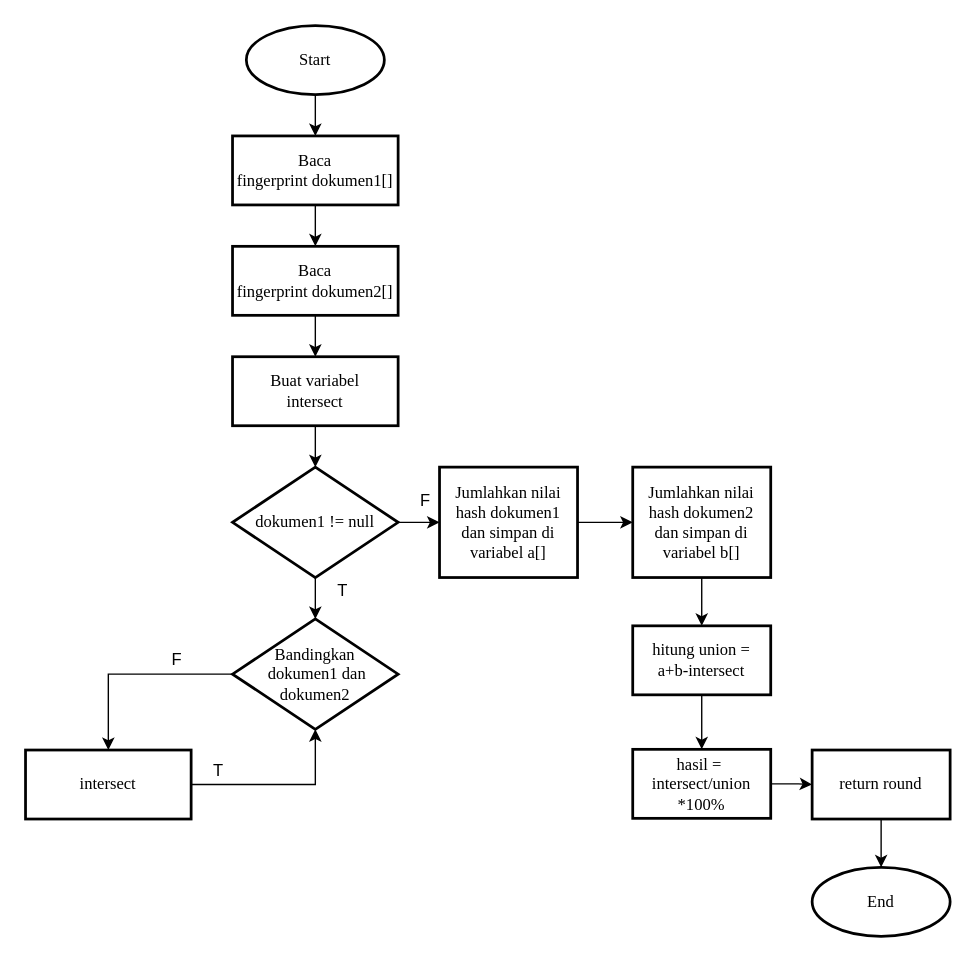
Earlier version of the draw.io diagram Paper_1711502821_Wahyu Desena/Draw.io/Flowchart/jaccardsimilarity.drawio (desenawahyu17/similarity-checker). Source tidied: cells renumbered, new cells numbered last; positions are measured from the earlier drawing's top-left corner, leaving out a move shared by most shapes. Both pictures are drawn from the tidied source at 138%, with x=0, y=0 at pixel (25, 25).
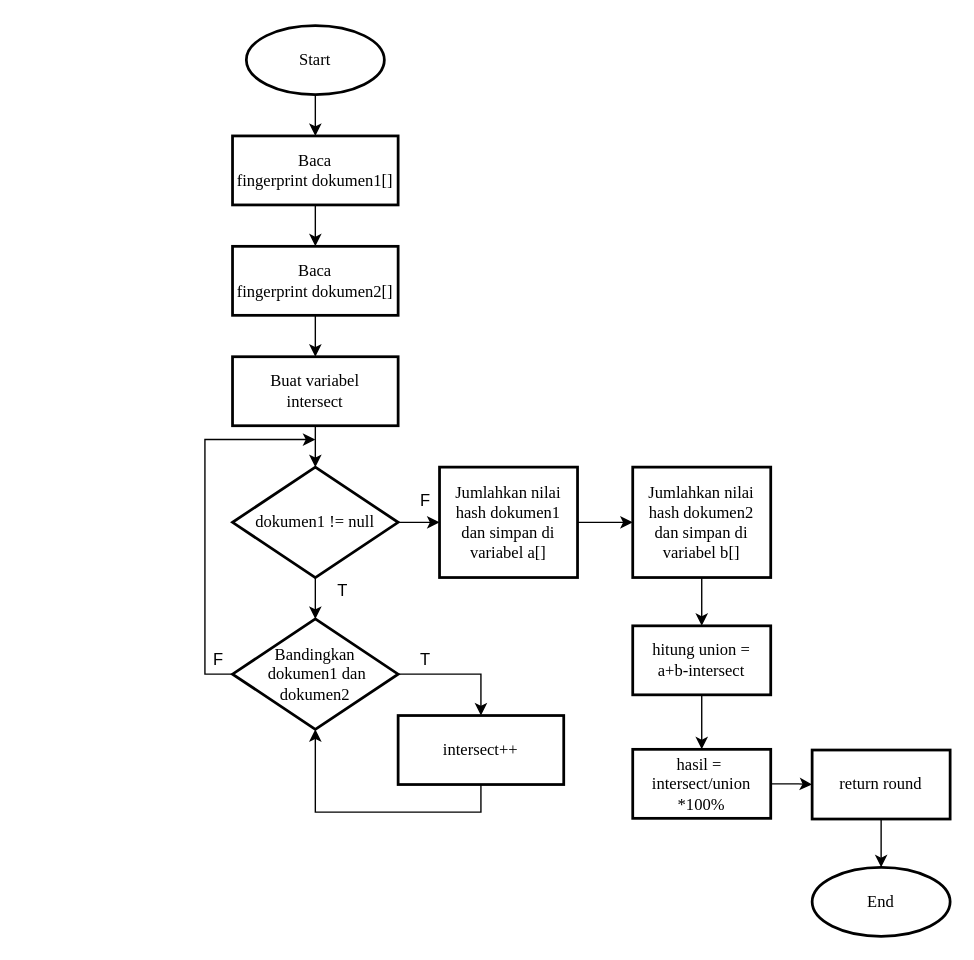
The same diagram, later.

Unchanged cells that the change refers to:
```xml
<mxCell id="15" value="&lt;span style=&quot;font-family: &amp;#34;times new roman&amp;#34;&quot;&gt;Bandingkan&lt;br&gt;&amp;nbsp;dokumen1&amp;nbsp;&lt;/span&gt;&lt;span style=&quot;font-family: &amp;#34;times new roman&amp;#34;&quot;&gt;dan&lt;/span&gt;&lt;br style=&quot;font-family: &amp;#34;times new roman&amp;#34;&quot;&gt;&lt;span style=&quot;font-family: &amp;#34;times new roman&amp;#34;&quot;&gt;dokumen2&lt;/span&gt;&lt;font face=&quot;Times New Roman&quot;&gt;&lt;br&gt;&lt;/font&gt;" style="rhombus;whiteSpace=wrap;html=1;strokeWidth=2;" parent="1" vertex="1">
  <mxGeometry x="150" y="430" width="120" height="80" as="geometry" />
</mxCell>
```

What changed in the source:
```diff
@@
     <mxCell id="14" style="edgeStyle=orthogonalEdgeStyle;rounded=0;jettySize=auto;html=1;" parent="1" edge="1" source="15" target="19">
-      <mxGeometry relative="1" as="geometry" />
+      <mxGeometry relative="1" as="geometry">
+        <Array as="points">
+          <mxPoint x="330" y="470" />
+        </Array>
+      </mxGeometry>
     </mxCell>
+    <mxCell id="32" style="edgeStyle=orthogonalEdgeStyle;rounded=0;jettySize=auto;html=1;" parent="1" edge="1" source="15">
+      <mxGeometry relative="1" as="geometry">
+        <mxPoint x="210" y="300" as="targetPoint" />
+        <Array as="points">
+          <mxPoint x="130" y="470" />
+          <mxPoint x="130" y="300" />
+          <mxPoint x="150" y="300" />
+        </Array>
+      </mxGeometry>
+    </mxCell>
@@
+    <mxCell id="21" style="edgeStyle=orthogonalEdgeStyle;rounded=0;jettySize=auto;html=1;entryX=0.5;entryY=1;entryDx=0;entryDy=0;" parent="1" edge="1" source="19" target="15">
+      <mxGeometry relative="1" as="geometry">
+        <Array as="points">
+          <mxPoint x="330" y="570" />
+          <mxPoint x="210" y="570" />
+        </Array>
+      </mxGeometry>
+    </mxCell>
-    <mxCell id="19" value="&lt;font face=&quot;Times New Roman&quot;&gt;intersect&lt;/font&gt;" style="whiteSpace=wrap;html=1;strokeWidth=2;" parent="1" vertex="1">
-      <mxGeometry y="525" width="120" height="50" as="geometry" />
+    <mxCell id="19" value="&lt;font face=&quot;Times New Roman&quot;&gt;intersect++&lt;/font&gt;" style="whiteSpace=wrap;html=1;strokeWidth=2;" parent="1" vertex="1">
+      <mxGeometry x="270" y="500" width="120" height="50" as="geometry" />
     </mxCell>
     <mxCell id="20" value="T" style="text;html=1;strokeColor=none;fillColor=none;align=center;verticalAlign=middle;whiteSpace=wrap;rounded=0;" parent="1" vertex="1">
-      <mxGeometry x="120" y="530" width="40" height="20" as="geometry" />
+      <mxGeometry x="270" y="450" width="40" height="20" as="geometry" />
     </mxCell>
-    <mxCell id="21" style="edgeStyle=orthogonalEdgeStyle;rounded=0;jettySize=auto;html=1;entryX=0.5;entryY=1;entryDx=0;entryDy=0;exitX=1;exitY=0.5;exitDx=0;exitDy=0;" parent="1" edge="1" source="19" target="15">
-      <mxGeometry relative="1" as="geometry" />
-    </mxCell>
     <mxCell id="22" value="F" style="text;html=1;strokeColor=none;fillColor=none;align=center;verticalAlign=middle;whiteSpace=wrap;rounded=0;" parent="1" vertex="1">
-      <mxGeometry x="90" y="450" width="40" height="20" as="geometry" />
+      <mxGeometry x="120" y="450" width="40" height="20" as="geometry" />
     </mxCell>
```
